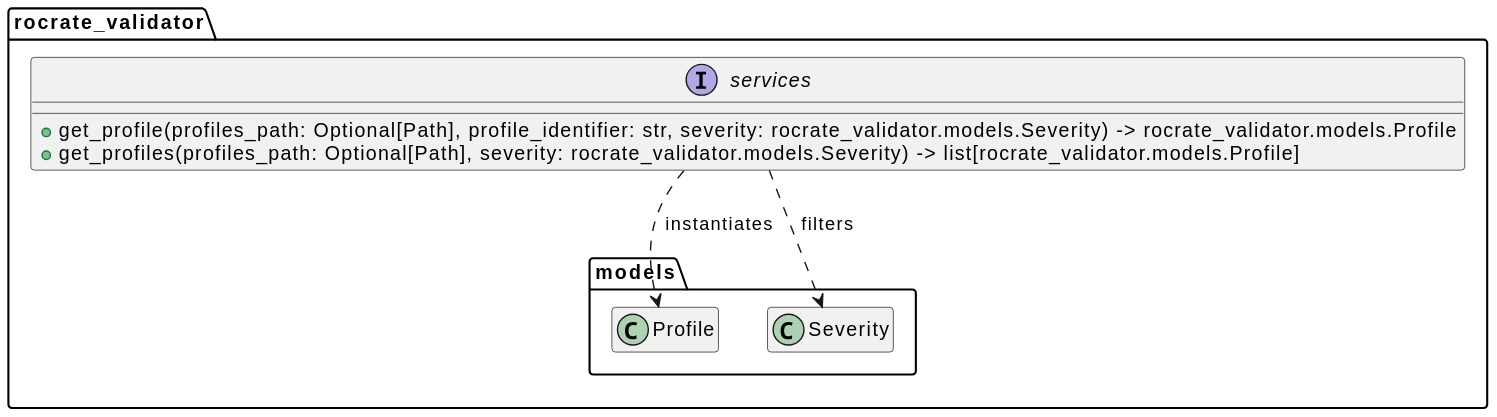
Before: docs/diagrams/core-services.profiles.svg, a diagram exported from PlantUML (kikkomep/rocrate-validator).
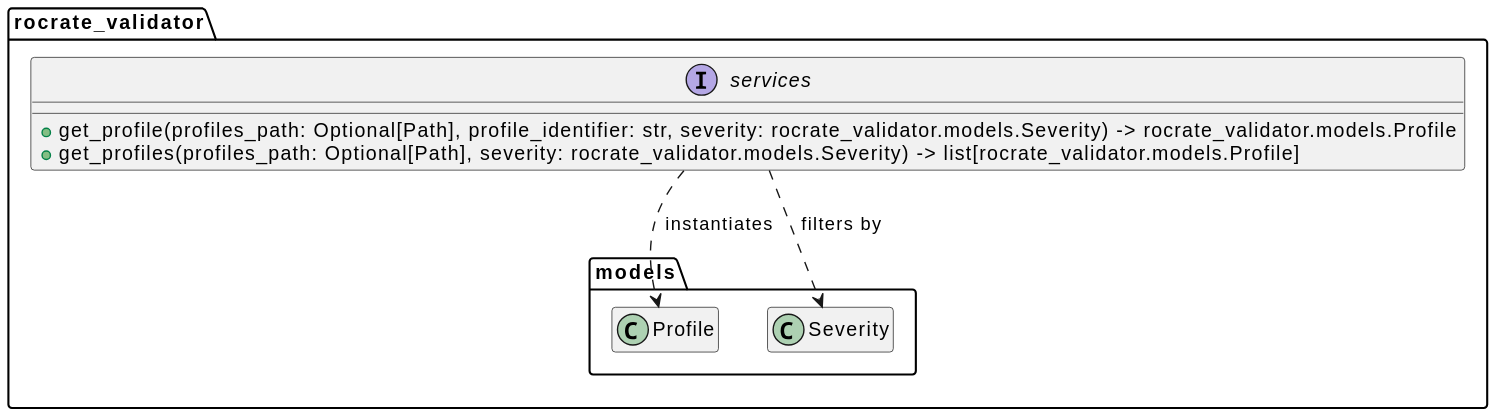
Later version of the same file.

Commit message:
docs(diagrams): :bug: fix missing `by`

The edit, as a diff of the source:
```diff
@@ -12,7 +12,7 @@
     show services members
 
     services ..> rocrate_validator.models.Profile : " instantiates"
-    services ..> rocrate_validator.models.Severity : " filters"
+    services ..> rocrate_validator.models.Severity : " filters by"
 }
 
 package "rocrate_validator.models" {
```
